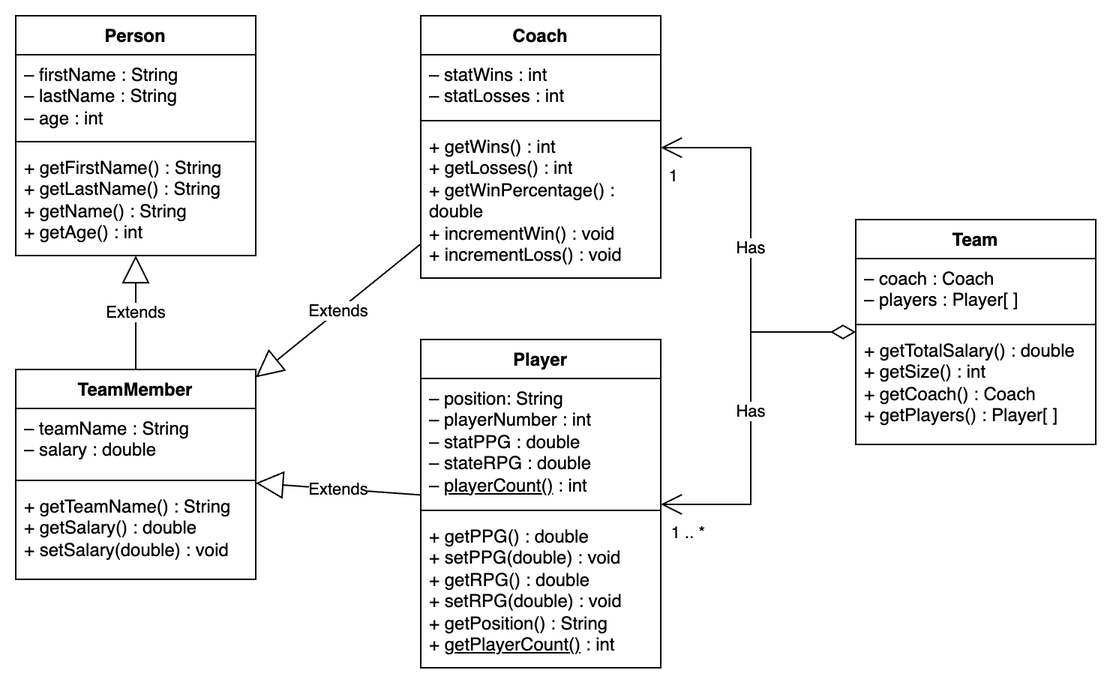
davecheng-tech/Random-Notes keeps this draw.io diagram as images/uml-02.png. Above is the earlier version. Source tidied: cells renumbered, new cells last; positions are measured from the earlier drawing's top-left corner, leaving out a move shared by most shapes.
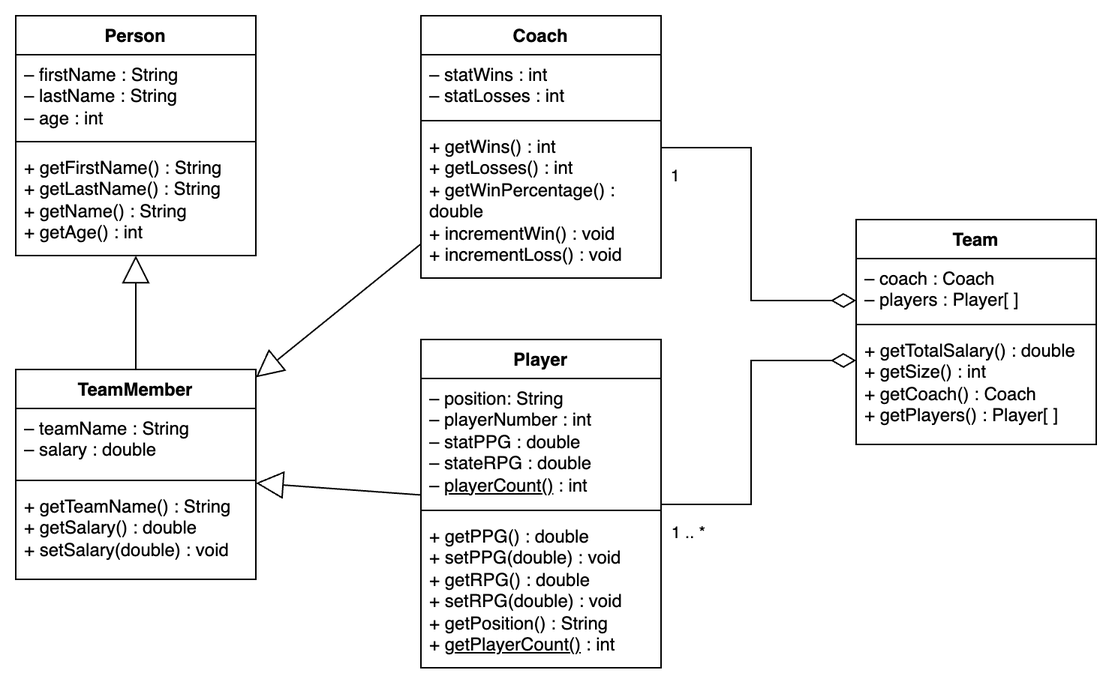
After the change.

Commit message:
Updated with standardized UML diagram

Change to the diagram source:
```diff
@@ -32,9 +32,9 @@
     <mxCell id="11" value="– statWins : int&lt;div&gt;– statLosses : int&lt;/div&gt;" style="text;strokeColor=none;fillColor=none;align=left;verticalAlign=top;spacingLeft=4;spacingRight=4;overflow=hidden;whiteSpace=wrap;html=1;" parent="10" vertex="1">
       <mxGeometry y="26" width="160" height="40" as="geometry" />
     </mxCell>
-    <mxCell id="12" style="line;strokeWidth=1;fillColor=none;align=left;verticalAlign=middle;spacingTop=-1;spacingLeft=3;spacingRight=3;labelPosition=right;strokeColor=inherit;" parent="10" vertex="1">
-      <mxGeometry y="66" width="160" height="8" as="geometry" />
-    </mxCell>
+    <mxCell id="29" style="line;strokeWidth=1;fillColor=none;align=left;verticalAlign=middle;spacingTop=-1;spacingLeft=3;spacingRight=3;labelPosition=right;strokeColor=inherit;" parent="10" vertex="1">
+      <mxGeometry y="66" width="160" height="8" as="geometry" />
+    </mxCell>
     <mxCell id="13" value="+ getWins() : int&lt;div&gt;+ getLosses() : int&lt;/div&gt;&lt;div&gt;+ getWinPercentage() : double&lt;/div&gt;&lt;div&gt;+ incrementWin() : void&lt;/div&gt;&lt;div&gt;+ incrementLoss() : void&lt;/div&gt;" style="text;strokeColor=none;fillColor=none;align=left;verticalAlign=top;spacingLeft=4;spacingRight=4;overflow=hidden;whiteSpace=wrap;html=1;" parent="10" vertex="1">
       <mxGeometry y="74" width="160" height="101" as="geometry" />
     </mxCell>
@@ -56,25 +56,25 @@
     <mxCell id="19" value="– coach : Coach&lt;div&gt;– players : Player[ ]&lt;/div&gt;" style="text;strokeColor=none;fillColor=none;align=left;verticalAlign=top;spacingLeft=4;spacingRight=4;overflow=hidden;whiteSpace=wrap;html=1;" parent="18" vertex="1">
       <mxGeometry y="26" width="160" height="40" as="geometry" />
     </mxCell>
-    <mxCell id="20" style="line;strokeWidth=1;fillColor=none;align=left;verticalAlign=middle;spacingTop=-1;spacingLeft=3;spacingRight=3;labelPosition=right;strokeColor=inherit;" parent="18" vertex="1">
-      <mxGeometry y="66" width="160" height="8" as="geometry" />
-    </mxCell>
+    <mxCell id="30" style="line;strokeWidth=1;fillColor=none;align=left;verticalAlign=middle;spacingTop=-1;spacingLeft=3;spacingRight=3;labelPosition=right;strokeColor=inherit;" parent="18" vertex="1">
+      <mxGeometry y="66" width="160" height="8" as="geometry" />
+    </mxCell>
     <mxCell id="21" value="+ getTotalSalary() : double&lt;div&gt;+ getSize() : int&lt;/div&gt;&lt;div&gt;+ getCoach() : Coach&lt;/div&gt;&lt;div&gt;+ getPlayers() : Player[ ]&lt;/div&gt;" style="text;strokeColor=none;fillColor=none;align=left;verticalAlign=top;spacingLeft=4;spacingRight=4;overflow=hidden;whiteSpace=wrap;html=1;" parent="18" vertex="1">
       <mxGeometry y="74" width="160" height="76" as="geometry" />
     </mxCell>
-    <mxCell id="22" value="Extends" style="endArrow=block;endSize=16;endFill=0;html=1;rounded=0;exitX=0.5;exitY=0;exitDx=0;exitDy=0;" parent="1" edge="1" source="6" target="5">
+    <mxCell id="22" style="endArrow=block;endSize=16;endFill=0;html=1;rounded=0;exitX=0.5;exitY=0;exitDx=0;exitDy=0;" parent="1" edge="1" source="6" target="5">
       <mxGeometry relative="1" as="geometry" />
     </mxCell>
-    <mxCell id="23" value="Extends" style="endArrow=block;endSize=16;endFill=0;html=1;rounded=0;" parent="1" edge="1" source="10" target="6">
+    <mxCell id="23" style="endArrow=block;endSize=16;endFill=0;html=1;rounded=0;" parent="1" edge="1" source="10" target="6">
       <mxGeometry relative="1" as="geometry" />
     </mxCell>
-    <mxCell id="24" value="Extends" style="endArrow=block;endSize=16;endFill=0;html=1;rounded=0;" parent="1" edge="1" source="14" target="6">
-      <mxGeometry relative="1" as="geometry" />
+    <mxCell id="24" style="endArrow=block;endSize=16;endFill=0;html=1;rounded=0;" parent="1" edge="1" source="14" target="6">
+      <mxGeometry x="0.1" y="-5" relative="1" as="geometry" />
     </mxCell>
-    <mxCell id="25" value="Has" style="endArrow=open;html=1;endSize=12;startArrow=diamondThin;startSize=14;startFill=0;edgeStyle=orthogonalEdgeStyle;rounded=0;" parent="1" edge="1" source="18" target="14">
+    <mxCell id="25" style="endArrow=none;html=1;endSize=12;startArrow=diamondThin;startSize=14;startFill=0;edgeStyle=orthogonalEdgeStyle;rounded=0;" parent="1" edge="1" source="18" target="14">
       <mxGeometry relative="1" as="geometry">
         <Array as="points">
-          <mxPoint x="490" y="211" />
+          <mxPoint x="490" y="230" />
           <mxPoint x="490" y="326" />
         </Array>
       </mxGeometry>
@@ -84,10 +84,10 @@
         <mxPoint x="30" y="6" as="offset" />
       </mxGeometry>
     </mxCell>
-    <mxCell id="27" value="Has" style="endArrow=open;html=1;endSize=12;startArrow=diamondThin;startSize=14;startFill=0;edgeStyle=orthogonalEdgeStyle;rounded=0;" parent="1" edge="1" source="18" target="10">
+    <mxCell id="27" style="endArrow=none;html=1;endSize=12;startArrow=diamondThin;startSize=14;startFill=0;edgeStyle=orthogonalEdgeStyle;rounded=0;" parent="1" edge="1" source="18" target="10">
       <mxGeometry relative="1" as="geometry">
         <Array as="points">
-          <mxPoint x="490" y="211" />
+          <mxPoint x="490" y="190" />
           <mxPoint x="490" y="88" />
         </Array>
       </mxGeometry>
```
